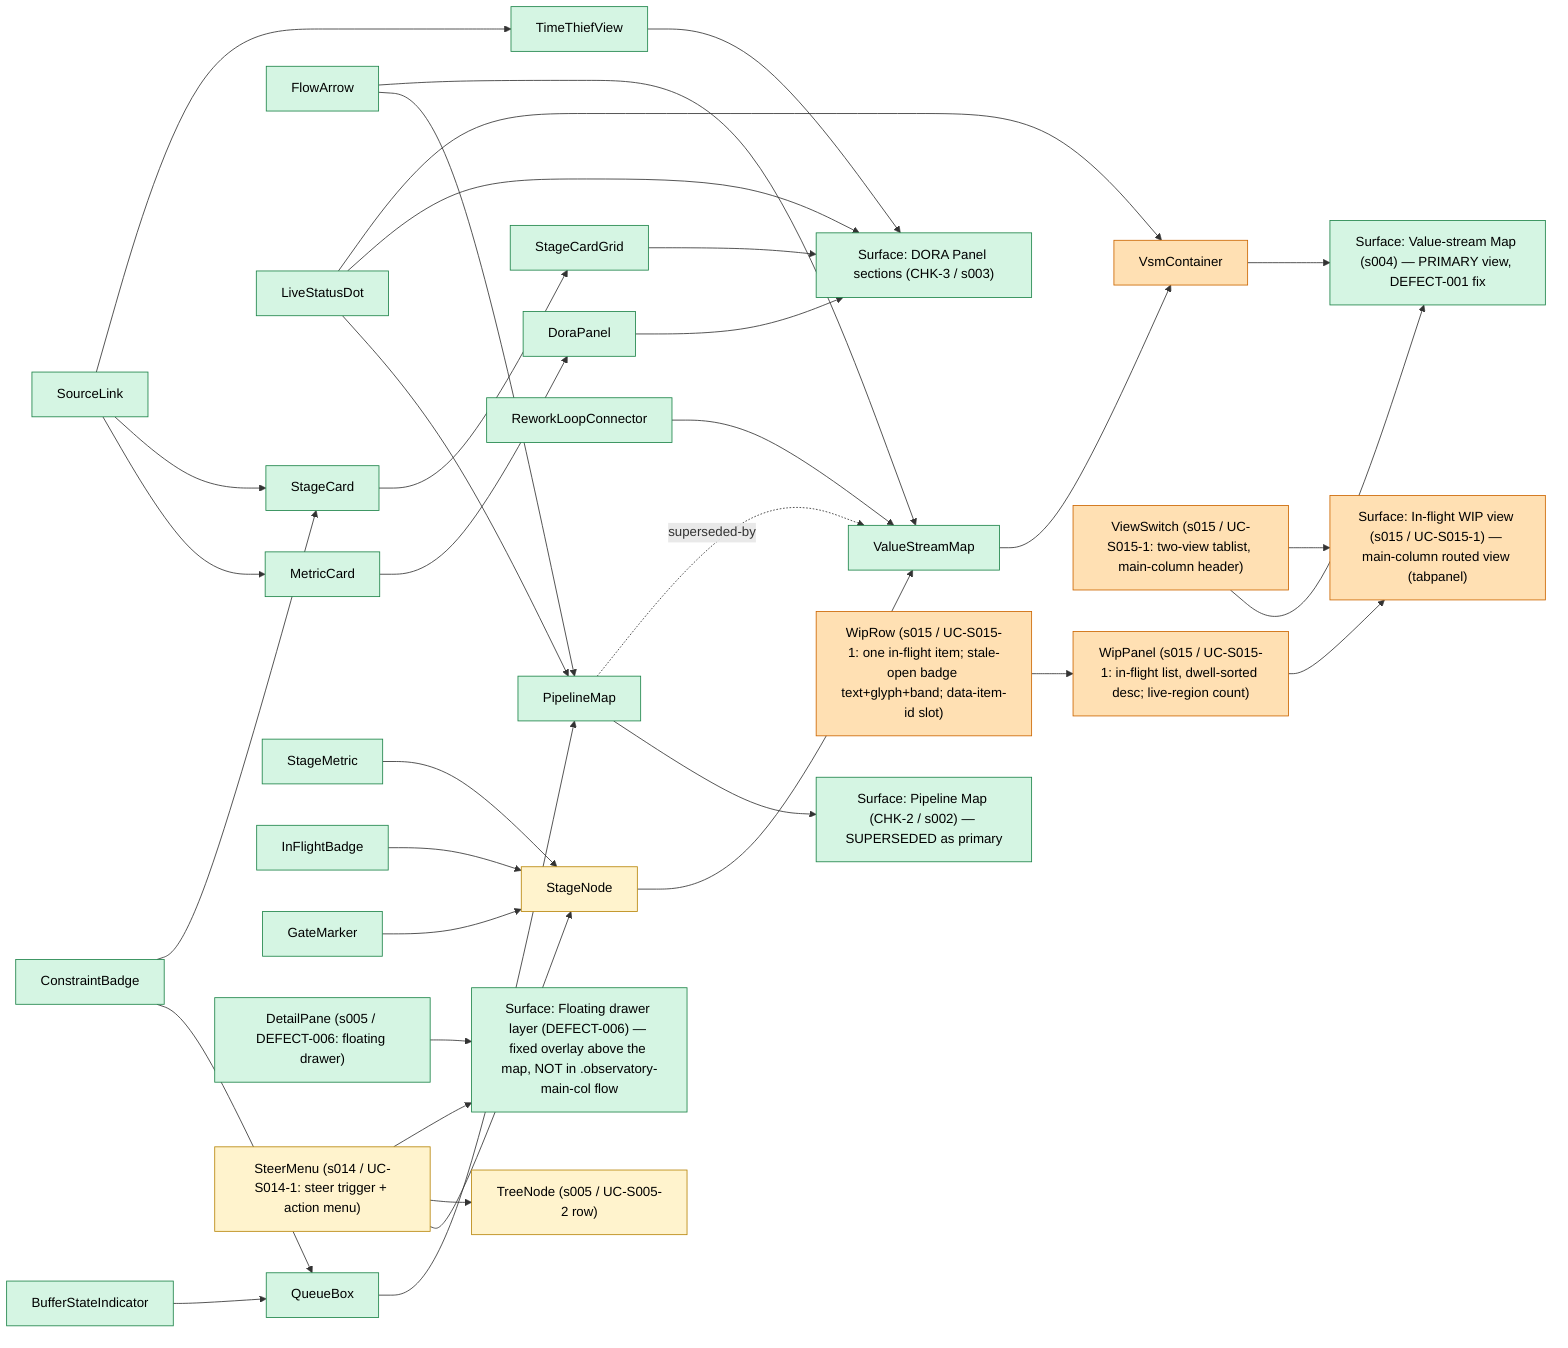
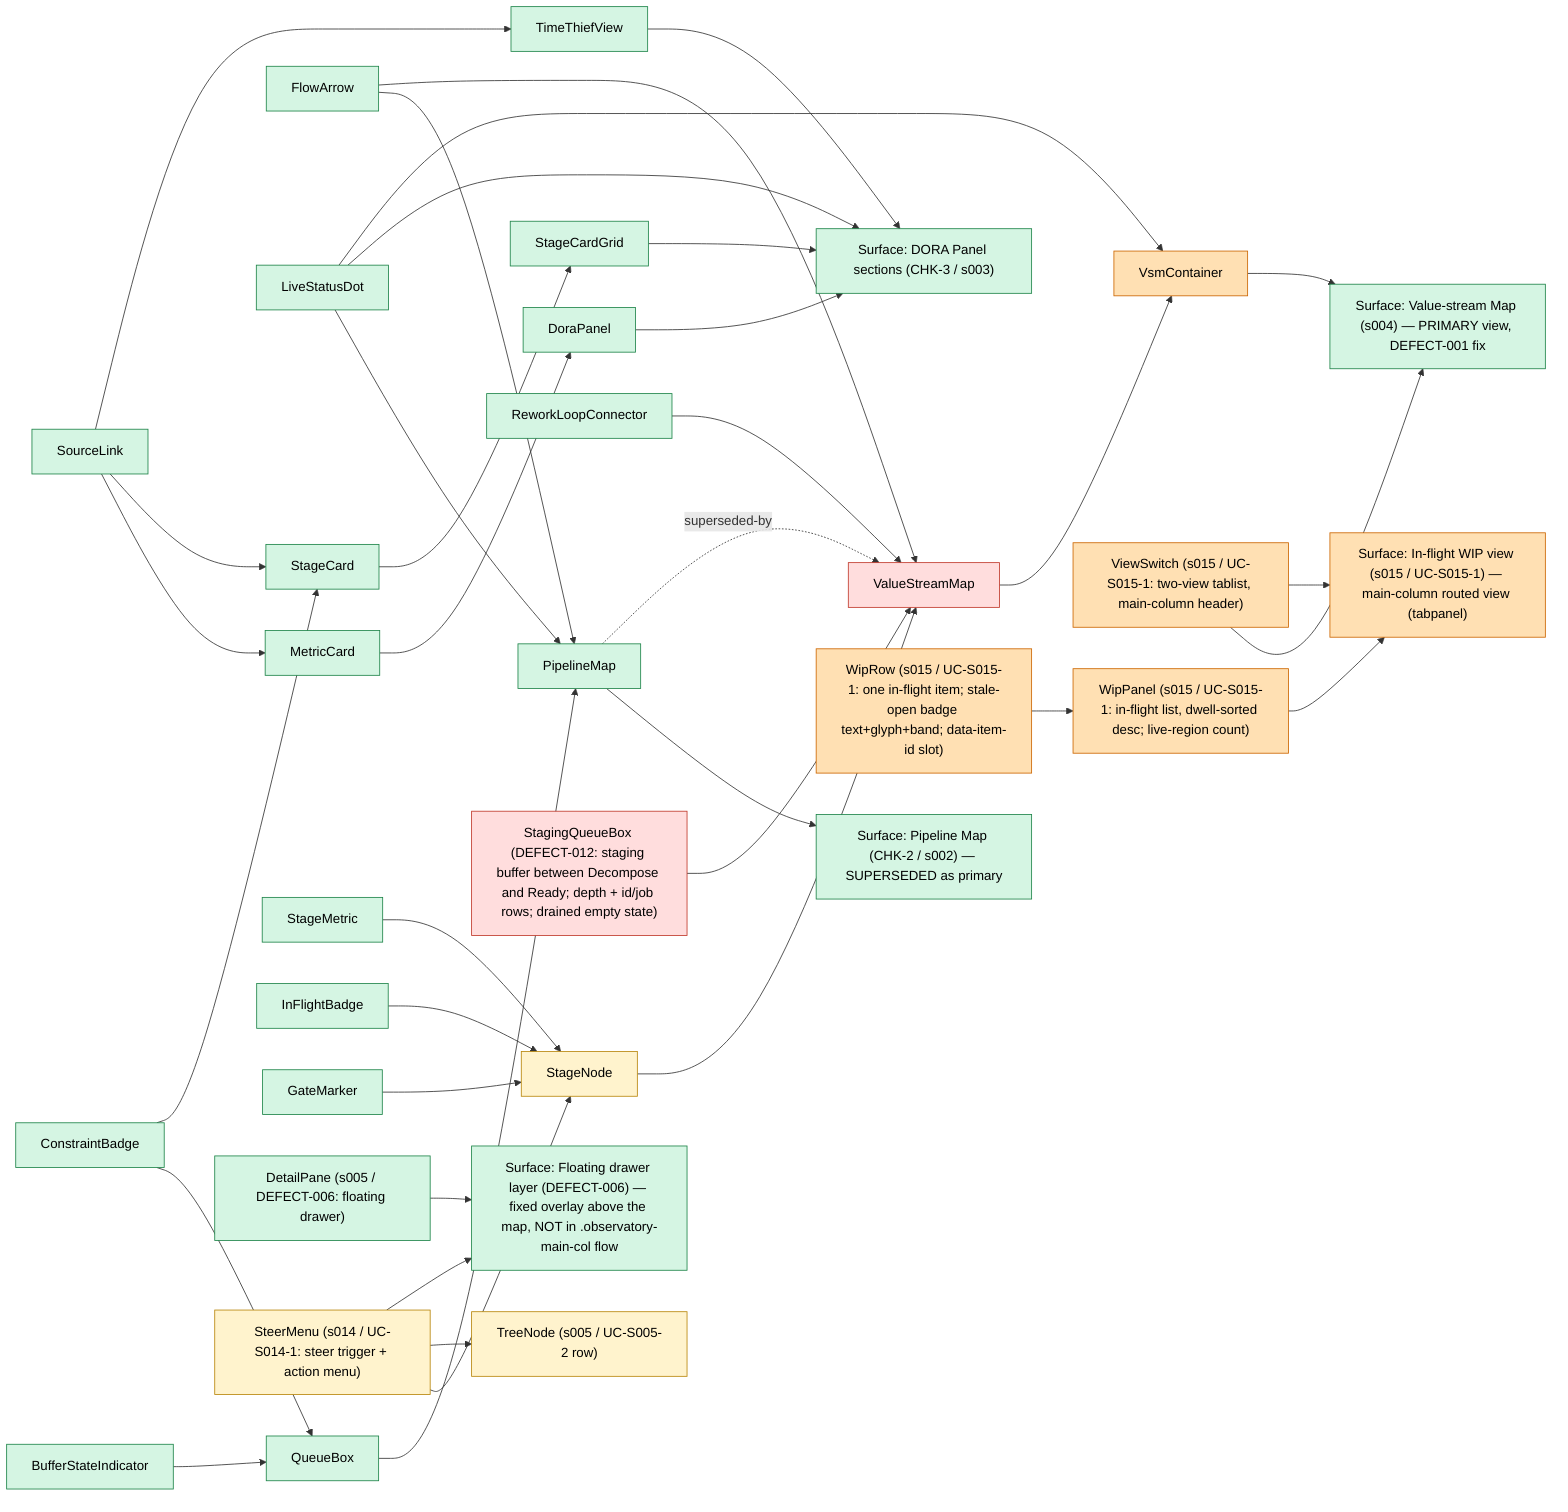
%% Observatory UI change-impact model — design-system components -> surfaces that use them.
%% Owner: ui-designer. Edges = "used by". Nodes/edges added or re-pointed in a commit
%% are marked `class ... changed` in the SAME commit; the tester consumes the marks
%% as the UI test-plan input, then they are cleared at slice delivery.
%% Seeded: s002-pipeline-map (CHK-2) — DELIVERED 2026-06-09T02:22:00Z; all nodes stable.
graph LR
  %% --- surfaces ---
  PipelineMapScreen["Surface: Pipeline Map (CHK-2 / s002) — SUPERSEDED as primary"]
  DoraPanelScreen["Surface: DORA Panel sections (CHK-3 / s003)"]
  ValueStreamScreen["Surface: Value-stream Map (s004) — PRIMARY view, DEFECT-001 fix"]
  ObservatoryDrawerLayer["Surface: Floating drawer layer (DEFECT-006) — fixed overlay above the map, NOT in .observatory-main-col flow"]

  %% --- design-system components ---
  PipelineMap["PipelineMap"]
  QueueBox["QueueBox"]
  BufferStateIndicator["BufferStateIndicator"]
  ConstraintBadge["ConstraintBadge"]
  FlowArrow["FlowArrow"]
  LiveStatusDot["LiveStatusDot"]
  DoraPanel["DoraPanel"]
  MetricCard["MetricCard"]
  StageCardGrid["StageCardGrid"]
  StageCard["StageCard"]
  TimeThiefView["TimeThiefView"]
  SourceLink["SourceLink"]
  %% s004 value-stream components (DEFECT-001 fix) — mounted as the PRIMARY view
  VsmContainer["VsmContainer"]
  ValueStreamMap["ValueStreamMap"]
  StageNode["StageNode"]
  StageMetric["StageMetric"]
  InFlightBadge["InFlightBadge"]
  GateMarker["GateMarker"]
  ReworkLoopConnector["ReworkLoopConnector"]

  %% --- used-by edges ---
  PipelineMap --> PipelineMapScreen
  QueueBox --> PipelineMap
  BufferStateIndicator --> QueueBox
  ConstraintBadge --> QueueBox
  FlowArrow --> PipelineMap
  LiveStatusDot --> PipelineMap
  %% CHK-3 (s003) used-by edges
  DoraPanel --> DoraPanelScreen
  StageCardGrid --> DoraPanelScreen
  TimeThiefView --> DoraPanelScreen
  MetricCard --> DoraPanel
  StageCard --> StageCardGrid
  ConstraintBadge --> StageCard
  SourceLink --> MetricCard
  SourceLink --> StageCard
  SourceLink --> TimeThiefView
  LiveStatusDot --> DoraPanelScreen
  %% s004 (DEFECT-001) used-by edges — the value-stream map becomes the primary surface.
  %% Runtime routing path: main.jsx mounts VsmContainer (NOT MapContainer) → ValueStreamMap.
  VsmContainer --> ValueStreamScreen
  ValueStreamMap --> VsmContainer
  StageNode --> ValueStreamMap
  StageMetric --> StageNode
  InFlightBadge --> StageNode
  GateMarker --> StageNode
  ReworkLoopConnector --> ValueStreamMap
  FlowArrow --> ValueStreamMap
  LiveStatusDot --> VsmContainer
  %% supersession: PipelineMap is no longer mounted as the primary view (still in tree, tested).
  PipelineMap -. superseded-by .-> ValueStreamMap

  %% DEFECT-006: DetailPane RE-POINTED — was an in-flow sibling of ValueStreamMap inside
  %% .observatory-main-col (reflowed the map); now a position:fixed floating drawer on its
  %% own overlay layer. The re-point is the regression-guard input for the tester (GEO-S005-3b).
  DetailPane["DetailPane (s005 / DEFECT-006: floating drawer)"]
  DetailPane --> ObservatoryDrawerLayer

  %% s014 / UC-S014-1: SteerMenu (NEW) — per-item steer trigger + body-portalled
  %% role=menu popover (4 action types). Composed READ-ONLY into the queue chips
  %% (StageNode) and the tree rows (TreeNode); onSteer(itemId, actionType) prop
  %% slot threads VsmContainer→ValueStreamMap→StageNode and WorkItemTree→TreeNode
  %% (no host logic change). The popover renders on the fixed-overlay layer
  %% (DEFECT-006 discipline) — zero flow height, own stacking context.
  %% NOTE for tester: trigger carries data-steer-item-id (NOT data-item-id — that
  %% stays the treeitem's unique selector); MetricSource reveal panels are now
  %% pointer-events:none so they cannot intercept clicks on the chips' triggers.
  TreeNode["TreeNode (s005 / UC-S005-2 row)"]
  SteerMenu["SteerMenu (s014 / UC-S014-1: steer trigger + action menu)"]
  SteerMenu --> StageNode
  SteerMenu --> TreeNode
  SteerMenu --> ObservatoryDrawerLayer

  %% s015 / UC-S015-1: WIP navigation panel — ROUTED VIEW (EXP-016). ObservatoryView's
  %% main column gains a ViewSwitch tablist ("Pipeline" | "In-flight WIP") that swaps
  %% the column content between VsmContainer (default) and WipPanel. The two surfaces
  %% NEVER co-exist (inactive tabpanel is hidden AND empty → genuinely unmounted), so
  %% there is no overlay-reflow failure mode by construction (GEO-S015-1).
  %% RUNTIME ROUTING CHANGE for the tester: VsmContainer is now mounted CONDITIONALLY
  %% inside the pipeline tabpanel (was: unconditionally in .observatory-main-col) —
  %% GEO-S015-1 pins that switch-away-and-back restores a byte-identical VSM bbox.
  %% WipRow carries data-item-id — the composition slot UC-S015-2's SteerMenu reads.
  WipViewScreen["Surface: In-flight WIP view (s015 / UC-S015-1) — main-column routed view (tabpanel)"]
  ViewSwitch["ViewSwitch (s015 / UC-S015-1: two-view tablist, main-column header)"]
  WipPanel["WipPanel (s015 / UC-S015-1: in-flight list, dwell-sorted desc; live-region count)"]
  WipRow["WipRow (s015 / UC-S015-1: one in-flight item; stale-open badge text+glyph+band; data-item-id slot)"]
  ViewSwitch --> ValueStreamScreen
  ViewSwitch --> WipViewScreen
  WipPanel --> WipViewScreen
  WipRow --> WipPanel

+   %% DEFECT-012: StagingQueueBox (NEW) — the staging buffer ("decomposed,
+   %% awaiting triage") rendered INSIDE ValueStreamMap's queue lane BETWEEN the
+   %% Decompose and Ready stage nodes, wrapped with two MiniArrows in the
+   %% .staging-handoff flex item (replaces the old decompose→ready FlowArrow).
+   %% Data: VsmContainer loads GET /queues/staging (getStagingQueue) and passes
+   %% the {queue,depth,rows} envelope down; re-fetches on a staging.csv SSE frame.
+   %% NOTE for tester: box is NOT focusable (A11Y-3 tab walk unchanged); testid
+   %% staging-buffer (NOT stage-*); depth 0 renders an explicit drained state.
+   StagingQueueBox["StagingQueueBox (DEFECT-012: staging buffer between Decompose and Ready; depth + id/job rows; drained empty state)"]
+   StagingQueueBox --> ValueStreamMap
+ 
  classDef delivered fill:#d5f5e3,stroke:#1e8449,color:#000;
  %% CHK-3 (s003) DROPPED — scope absorbed into CHK-2 restated done-condition (s004 delivered).
  %% s004 DELIVERED 2026-06-10T11:00:00Z — CHK-2 done-condition MET.
  %% DEFECT-006 FIXED — DetailPane floating-drawer re-point delivered as part of s005 (CHK-4 done 2026-06-10T19:00:00Z).
  %% All of the above: s003-changed, s004changed, defect006changed marks cleared at their delivery.
-   class PipelineMapScreen,PipelineMap,QueueBox,BufferStateIndicator,ConstraintBadge,FlowArrow,LiveStatusDot,DoraPanelScreen,DoraPanel,MetricCard,StageCardGrid,StageCard,TimeThiefView,SourceLink,ValueStreamScreen,VsmContainer,ValueStreamMap,StageMetric,InFlightBadge,GateMarker,ReworkLoopConnector,DetailPane,ObservatoryDrawerLayer delivered;
+   %% (ValueStreamMap moved to def012changed below — DEFECT-012 queue-lane re-route.)
+   class PipelineMapScreen,PipelineMap,QueueBox,BufferStateIndicator,ConstraintBadge,FlowArrow,LiveStatusDot,DoraPanelScreen,DoraPanel,MetricCard,StageCardGrid,StageCard,TimeThiefView,SourceLink,ValueStreamScreen,VsmContainer,StageMetric,InFlightBadge,GateMarker,ReworkLoopConnector,DetailPane,ObservatoryDrawerLayer delivered;
  %% s014 still in-flight: UC-S014-1 done but UC-S014-2/3/4 planned; SteerMenu+StageNode+TreeNode
  %% remain in blast radius for the remaining s014 UCs (panel, prompt builder, clipboard/SSE).
  %% Convention: s014changed cleared only at full s014 slice delivery after tester final sign-off.
  classDef s014changed fill:#fff3cd,stroke:#b8860b,color:#000;
  class SteerMenu,TreeNode,StageNode s014changed;
  %% s015 / UC-S015-1 nodes added THIS commit + VsmContainer re-pointed (conditional
  %% mount inside the pipeline tabpanel) — tester UI test-plan input; cleared at
  %% s015 delivery after the tester consumes.
  classDef s015changed fill:#ffe0b3,stroke:#cc6600,color:#000;
  class WipViewScreen,ViewSwitch,WipPanel,WipRow,VsmContainer s015changed;
+   %% DEFECT-012 — StagingQueueBox added + ValueStreamMap queue lane re-routed
+   %% (decompose→staging→ready connectors); cleared at delivery after the tester consumes.
+   classDef def012changed fill:#fdd,stroke:#c0392b,color:#000;
+   class StagingQueueBox,ValueStreamMap def012changed;
